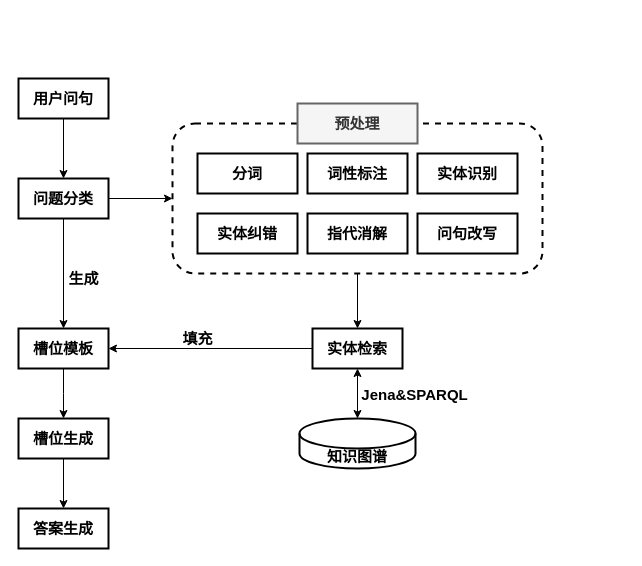
junchaoIU/Diagrams_library keeps this draw.io diagram as QA_sys_build.drawio. Above is the earlier version. Source tidied: cells renumbered, new cells numbered last; positions are measured from the earlier drawing's top-left corner, leaving out a move shared by most shapes. Both pictures are drawn from the tidied source at 100%, with x=0, y=0 at pixel (18, 78).
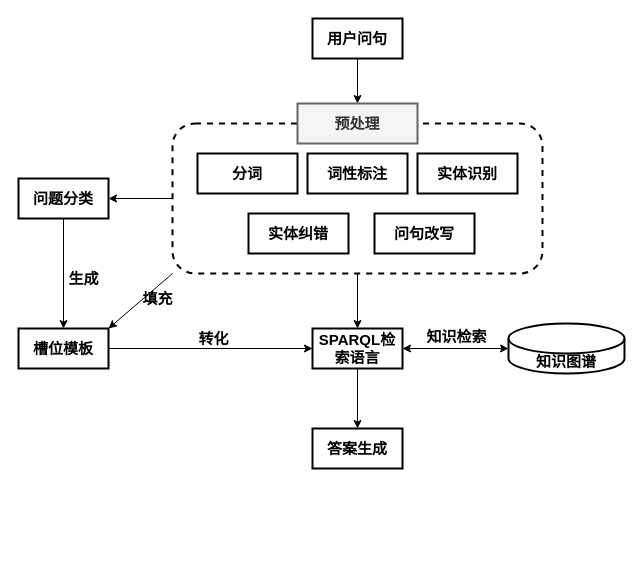
The same diagram, later.

Unchanged cells that the change refers to:
```xml
<mxCell id="3" style="rounded=1;whiteSpace=wrap;html=1;fontSize=15;strokeWidth=2;dashed=1;" parent="1" vertex="1">
  <mxGeometry x="154" y="45" width="370" height="150" as="geometry" />
</mxCell>
<mxCell id="11" value="&lt;font style=&quot;font-size: 15px&quot;&gt;&lt;b&gt;问题分类&lt;/b&gt;&lt;/font&gt;" style="rounded=0;whiteSpace=wrap;html=1;strokeWidth=2;" parent="1" vertex="1">
  <mxGeometry y="100" width="90" height="40" as="geometry" />
</mxCell>
<mxCell id="15" value="&lt;b&gt;预处理&lt;/b&gt;" style="rounded=0;whiteSpace=wrap;html=1;fontSize=15;strokeWidth=2;fillColor=#f5f5f5;strokeColor=#666666;fontColor=#333333;" parent="1" vertex="1">
  <mxGeometry x="279" y="25" width="120" height="40" as="geometry" />
</mxCell>
<mxCell id="17" value="&lt;font style=&quot;font-size: 15px&quot;&gt;&lt;b&gt;槽位模板&lt;/b&gt;&lt;/font&gt;" style="rounded=0;whiteSpace=wrap;html=1;strokeWidth=2;" parent="1" vertex="1">
  <mxGeometry y="250" width="90" height="40" as="geometry" />
</mxCell>
```

The edit, as a diff of the source:
```diff
@@
+    <mxCell id="28" style="edgeStyle=orthogonalEdgeStyle;rounded=0;jettySize=auto;html=1;exitX=0;exitY=0.5;exitDx=0;exitDy=0;fontSize=15;startArrow=none;startFill=0;strokeWidth=1;" parent="1" edge="1" source="3" target="11">
+      <mxGeometry relative="1" as="geometry" />
+    </mxCell>
+    <mxCell id="29" style="rounded=0;jettySize=auto;html=1;exitX=0;exitY=1;exitDx=0;exitDy=0;entryX=1;entryY=0;entryDx=0;entryDy=0;fontSize=15;startArrow=none;startFill=0;strokeWidth=1;" parent="1" edge="1" source="3" target="17">
+      <mxGeometry relative="1" as="geometry" />
+    </mxCell>
@@
-    <mxCell id="4" style="edgeStyle=orthogonalEdgeStyle;rounded=0;jettySize=auto;html=1;exitX=0.5;exitY=1;exitDx=0;exitDy=0;fontSize=15;" parent="1" edge="1" source="5" target="11">
-      <mxGeometry relative="1" as="geometry" />
-    </mxCell>
+    <mxCell id="30" style="edgeStyle=orthogonalEdgeStyle;rounded=0;jettySize=auto;html=1;exitX=0.5;exitY=1;exitDx=0;exitDy=0;fontSize=15;startArrow=none;startFill=0;" parent="1" edge="1" source="5" target="15">
+      <mxGeometry relative="1" as="geometry" />
+    </mxCell>
     <mxCell id="5" value="&lt;font style=&quot;font-size: 15px&quot;&gt;&lt;b&gt;用户问句&lt;/b&gt;&lt;/font&gt;" style="rounded=0;whiteSpace=wrap;html=1;strokeWidth=2;" parent="1" vertex="1">
-      <mxGeometry width="90" height="40" as="geometry" />
+      <mxGeometry x="294" y="-60" width="90" height="40" as="geometry" />
     </mxCell>
@@
-    <mxCell id="9" style="edgeStyle=orthogonalEdgeStyle;rounded=0;jettySize=auto;html=1;exitX=1;exitY=0.5;exitDx=0;exitDy=0;entryX=0;entryY=0.5;entryDx=0;entryDy=0;fontSize=15;" parent="1" edge="1" source="11" target="3">
-      <mxGeometry relative="1" as="geometry" />
-    </mxCell>
@@
     <mxCell id="12" value="&lt;b&gt;实体纠错&lt;/b&gt;" style="rounded=0;whiteSpace=wrap;html=1;fontSize=15;strokeWidth=2;" parent="1" vertex="1">
-      <mxGeometry x="179" y="135" width="100" height="40" as="geometry" />
+      <mxGeometry x="230" y="135" width="100" height="40" as="geometry" />
     </mxCell>
-    <mxCell id="13" value="&lt;b&gt;指代消解&lt;/b&gt;" style="rounded=0;whiteSpace=wrap;html=1;fontSize=15;strokeWidth=2;" parent="1" vertex="1">
-      <mxGeometry x="289" y="135" width="100" height="40" as="geometry" />
-    </mxCell>
     <mxCell id="14" value="&lt;b&gt;问句改写&lt;/b&gt;" style="rounded=0;whiteSpace=wrap;html=1;fontSize=15;strokeWidth=2;" parent="1" vertex="1">
-      <mxGeometry x="399" y="135" width="100" height="40" as="geometry" />
+      <mxGeometry x="356" y="135" width="100" height="40" as="geometry" />
     </mxCell>
@@
-    <mxCell id="16" style="edgeStyle=orthogonalEdgeStyle;rounded=0;jettySize=auto;html=1;exitX=0.5;exitY=1;exitDx=0;exitDy=0;fontSize=15;" parent="1" edge="1" source="17">
-      <mxGeometry relative="1" as="geometry">
-        <mxPoint x="45" y="340" as="targetPoint" />
-      </mxGeometry>
-    </mxCell>
+    <mxCell id="31" style="edgeStyle=orthogonalEdgeStyle;rounded=0;jettySize=auto;html=1;exitX=1;exitY=0.5;exitDx=0;exitDy=0;entryX=0;entryY=0.5;entryDx=0;entryDy=0;fontSize=15;startArrow=none;startFill=0;strokeWidth=1;" parent="1" edge="1" source="17" target="19">
+      <mxGeometry relative="1" as="geometry" />
+    </mxCell>
@@
-    <mxCell id="18" style="edgeStyle=orthogonalEdgeStyle;rounded=0;jettySize=auto;html=1;exitX=0;exitY=0.5;exitDx=0;exitDy=0;fontSize=15;" parent="1" edge="1" source="19" target="17">
-      <mxGeometry relative="1" as="geometry" />
-    </mxCell>
+    <mxCell id="32" style="edgeStyle=none;rounded=0;jettySize=auto;html=1;exitX=0.5;exitY=1;exitDx=0;exitDy=0;fontSize=15;startArrow=none;startFill=0;strokeWidth=1;" parent="1" edge="1" source="19" target="26">
+      <mxGeometry relative="1" as="geometry" />
+    </mxCell>
-    <mxCell id="19" value="&lt;font style=&quot;font-size: 15px&quot;&gt;&lt;b&gt;实体检索&lt;/b&gt;&lt;/font&gt;" style="rounded=0;whiteSpace=wrap;html=1;strokeWidth=2;" parent="1" vertex="1">
+    <mxCell id="19" value="&lt;font style=&quot;font-size: 15px&quot;&gt;&lt;b&gt;SPARQL检索语言&lt;/b&gt;&lt;/font&gt;" style="rounded=0;whiteSpace=wrap;html=1;strokeWidth=2;" parent="1" vertex="1">
       <mxGeometry x="294" y="250" width="90" height="40" as="geometry" />
     </mxCell>
-    <mxCell id="20" style="edgeStyle=orthogonalEdgeStyle;rounded=0;jettySize=auto;html=1;exitX=0.5;exitY=1;exitDx=0;exitDy=0;fontSize=15;" parent="1" edge="1" source="21" target="26">
-      <mxGeometry relative="1" as="geometry" />
-    </mxCell>
-    <mxCell id="21" value="&lt;font style=&quot;font-size: 15px&quot;&gt;&lt;b&gt;槽位生成&lt;/b&gt;&lt;/font&gt;" style="rounded=0;whiteSpace=wrap;html=1;strokeWidth=2;" parent="1" vertex="1">
-      <mxGeometry y="340" width="90" height="40" as="geometry" />
-    </mxCell>
@@
-    <mxCell id="23" value="&lt;b&gt;填充&lt;/b&gt;" style="text;html=1;align=center;verticalAlign=middle;strokeColor=none;fillColor=none;fontSize=15;" parent="1" vertex="1">
-      <mxGeometry x="154" y="250" width="50" height="20" as="geometry" />
+    <mxCell id="23" value="&lt;b&gt;转化&lt;/b&gt;" style="text;html=1;align=center;verticalAlign=middle;strokeColor=none;fillColor=none;fontSize=15;" parent="1" vertex="1">
+      <mxGeometry x="170" y="250" width="50" height="20" as="geometry" />
     </mxCell>
-    <mxCell id="24" style="edgeStyle=orthogonalEdgeStyle;rounded=0;jettySize=auto;html=1;exitX=0.5;exitY=0;exitDx=0;exitDy=0;exitPerimeter=0;fontSize=15;startArrow=classic;startFill=1;" parent="1" edge="1" source="25" target="19">
+    <mxCell id="24" style="edgeStyle=orthogonalEdgeStyle;rounded=0;jettySize=auto;html=1;exitX=0;exitY=0.5;exitDx=0;exitDy=0;exitPerimeter=0;fontSize=15;startArrow=classic;startFill=1;" parent="1" edge="1" source="25" target="19">
       <mxGeometry relative="1" as="geometry" />
     </mxCell>
     <mxCell id="25" value="&lt;b&gt;知识图谱&lt;/b&gt;" style="shape=cylinder3;whiteSpace=wrap;html=1;boundedLbl=1;backgroundOutline=1;size=15;fontSize=15;strokeWidth=2;" parent="1" vertex="1">
-      <mxGeometry x="281" y="340" width="116" height="50" as="geometry" />
+      <mxGeometry x="490" y="245" width="116" height="50" as="geometry" />
     </mxCell>
     <mxCell id="26" value="&lt;font style=&quot;font-size: 15px&quot;&gt;&lt;b&gt;答案生成&lt;/b&gt;&lt;/font&gt;" style="rounded=0;whiteSpace=wrap;html=1;strokeWidth=2;" parent="1" vertex="1">
-      <mxGeometry y="430" width="90" height="40" as="geometry" />
+      <mxGeometry x="294" y="350" width="90" height="40" as="geometry" />
     </mxCell>
-    <mxCell id="27" value="&lt;b&gt;Jena&amp;amp;SPARQL&lt;/b&gt;" style="text;html=1;align=center;verticalAlign=middle;strokeColor=none;fillColor=none;fontSize=15;" parent="1" vertex="1">
-      <mxGeometry x="336" y="306" width="120" height="20" as="geometry" />
+    <mxCell id="27" value="&lt;b&gt;知识检索&lt;/b&gt;" style="text;html=1;align=center;verticalAlign=middle;strokeColor=none;fillColor=none;fontSize=15;" parent="1" vertex="1">
+      <mxGeometry x="398" y="248" width="80" height="20" as="geometry" />
     </mxCell>
+    <mxCell id="33" value="&lt;b&gt;填充&lt;/b&gt;" style="text;html=1;align=center;verticalAlign=middle;strokeColor=none;fillColor=none;fontSize=15;" parent="1" vertex="1">
+      <mxGeometry x="114" y="210" width="50" height="20" as="geometry" />
+    </mxCell>
```
